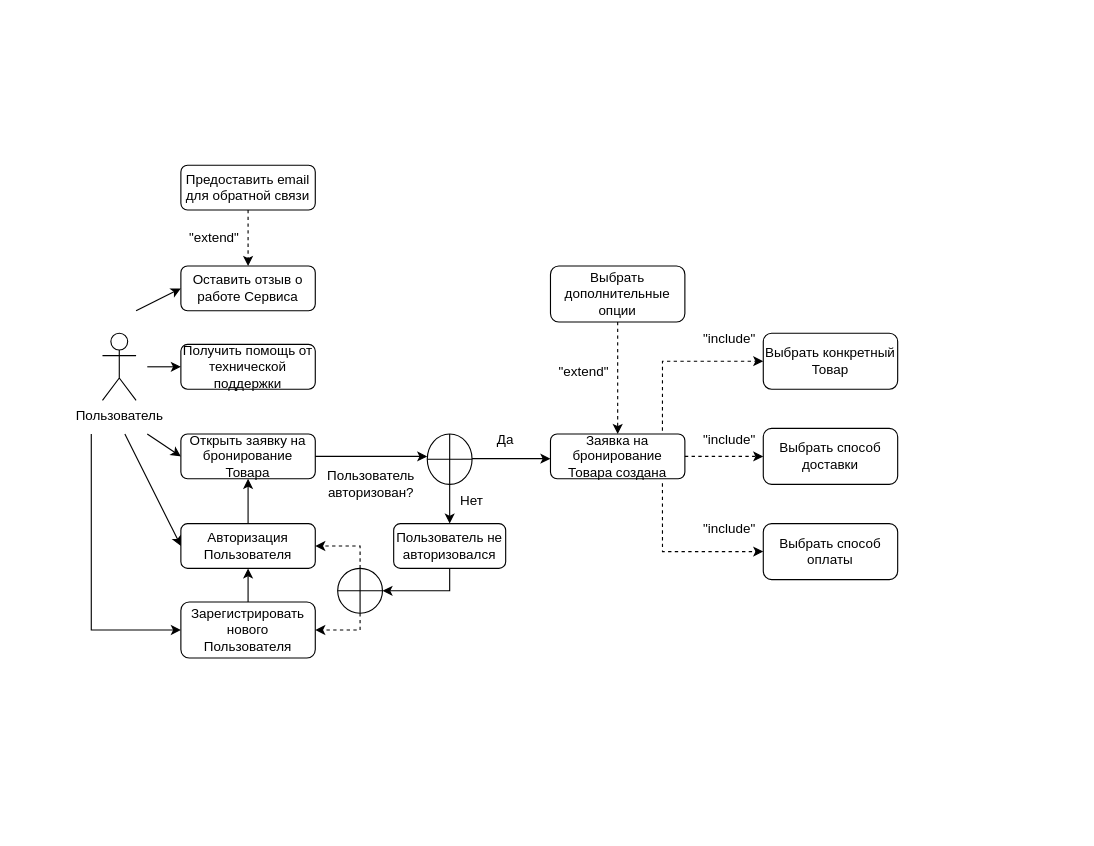
This is Диаграмма Крутиколеса.drawio from pytonuserouner/UML_study, a draw.io file, before an edit. Source tidied: cells renumbered, new cells numbered last; positions are measured from the earlier drawing's top-left corner, leaving out a move shared by most shapes. Both pictures are drawn from the tidied source at 112%, with x=0, y=0 at pixel (91, 165).
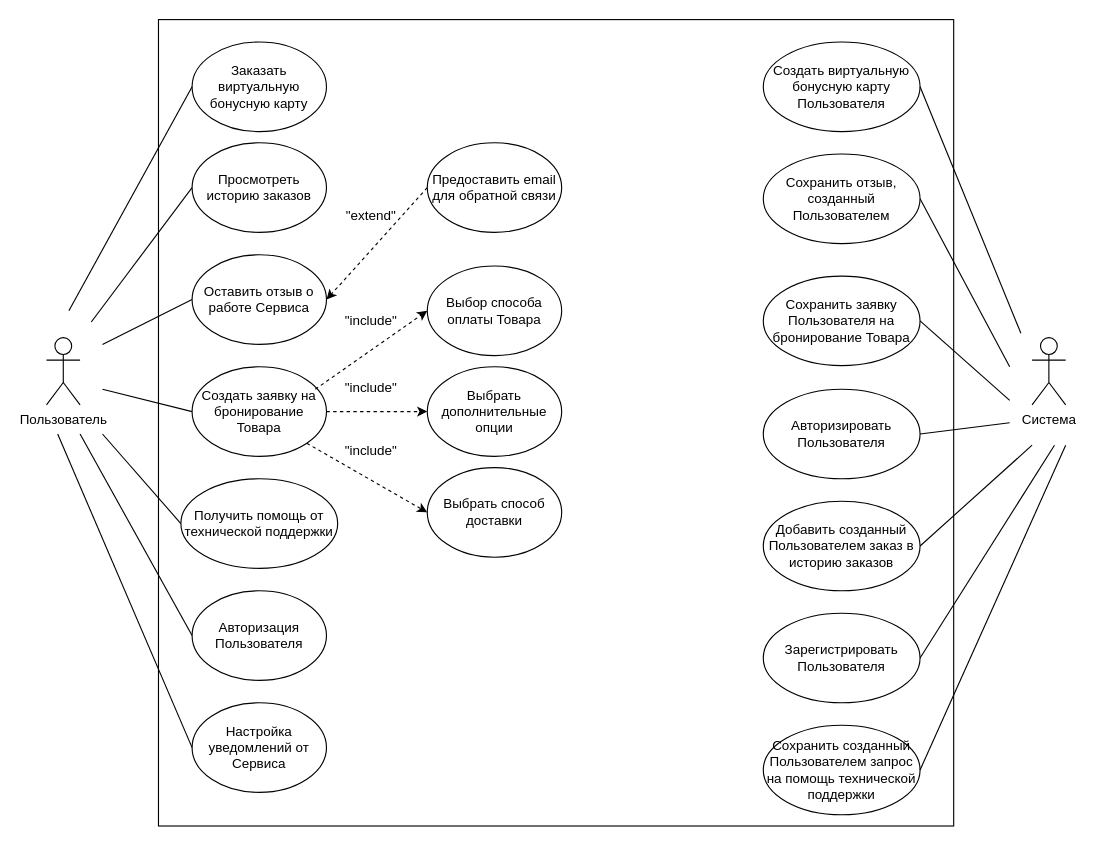
After the change.

What changed in the source:
```diff
@@
-    <mxCell id="2" value="Открыть заявку на бронирование Товара" style="rounded=1;whiteSpace=wrap;html=1;fontSize=12;glass=0;strokeWidth=1;shadow=0;" parent="1" vertex="1">
-      <mxGeometry x="80" y="240" width="120" height="40" as="geometry" />
-    </mxCell>
-    <mxCell id="3" value="Зарегистрировать нового Пользователя" style="rounded=1;whiteSpace=wrap;html=1;fontSize=12;glass=0;strokeWidth=1;shadow=0;" parent="1" vertex="1">
-      <mxGeometry x="80" y="390" width="120" height="50" as="geometry" />
-    </mxCell>
+    <mxCell id="43" style="rounded=0;whiteSpace=wrap;html=1;fillColor=none;" parent="1" vertex="1">
+      <mxGeometry x="60" y="-130" width="710" height="720" as="geometry" />
+    </mxCell>
     <mxCell id="4" value="Пользователь" style="shape=umlActor;verticalLabelPosition=bottom;verticalAlign=top;html=1;" parent="1" vertex="1">
-      <mxGeometry x="10" y="150" width="30" height="60" as="geometry" />
+      <mxGeometry x="-40" y="154" width="30" height="60" as="geometry" />
     </mxCell>
-    <mxCell id="5" style="endArrow=classic;html=1;rounded=0;" parent="1" edge="1">
-      <mxGeometry relative="1" as="geometry">
-        <mxPoint x="50" y="240" as="sourcePoint" />
-        <mxPoint x="80" y="260" as="targetPoint" />
-      </mxGeometry>
-    </mxCell>
-    <mxCell id="6" style="endArrow=classic;html=1;rounded=0;entryX=0;entryY=0.5;entryDx=0;entryDy=0;exitX=1;exitY=0.5;exitDx=0;exitDy=0;" parent="1" edge="1" source="2">
-      <mxGeometry relative="1" as="geometry">
-        <mxPoint x="300" y="260" as="targetPoint" />
-      </mxGeometry>
-    </mxCell>
-    <mxCell id="7" value="Получить помощь от технической поддержки" style="rounded=1;whiteSpace=wrap;html=1;" parent="1" vertex="1">
-      <mxGeometry x="80" y="160" width="120" height="40" as="geometry" />
-    </mxCell>
-    <mxCell id="8" value="Оставить отзыв о работе Сервиса" style="rounded=1;whiteSpace=wrap;html=1;" parent="1" vertex="1">
-      <mxGeometry x="80" y="90" width="120" height="40" as="geometry" />
-    </mxCell>
-    <mxCell id="9" value="Пользователь авторизован?" style="text;html=1;align=center;verticalAlign=middle;whiteSpace=wrap;rounded=0;" parent="1" vertex="1">
-      <mxGeometry x="220" y="270" width="60" height="30" as="geometry" />
-    </mxCell>
-    <mxCell id="10" value="Нет" style="text;html=1;align=center;verticalAlign=middle;whiteSpace=wrap;rounded=0;" parent="1" vertex="1">
-      <mxGeometry x="310" y="285" width="60" height="30" as="geometry" />
-    </mxCell>
-    <mxCell id="11" style="endArrow=classic;html=1;rounded=0;entryX=0;entryY=0.5;entryDx=0;entryDy=0;" parent="1" edge="1" target="7">
-      <mxGeometry relative="1" as="geometry">
-        <mxPoint x="50" y="180" as="sourcePoint" />
-      </mxGeometry>
-    </mxCell>
-    <mxCell id="12" style="endArrow=classic;html=1;rounded=0;exitX=0.5;exitY=0;exitDx=0;exitDy=0;entryX=0.5;entryY=1;entryDx=0;entryDy=0;" parent="1" edge="1" source="3" target="14">
-      <mxGeometry relative="1" as="geometry" />
-    </mxCell>
-    <mxCell id="13" value="Да" style="text;html=1;align=center;verticalAlign=middle;whiteSpace=wrap;rounded=0;" parent="1" vertex="1">
-      <mxGeometry x="340" y="230" width="60" height="30" as="geometry" />
-    </mxCell>
-    <mxCell id="14" value="Авторизация Пользователя" style="rounded=1;whiteSpace=wrap;html=1;" parent="1" vertex="1">
-      <mxGeometry x="80" y="320" width="120" height="40" as="geometry" />
-    </mxCell>
-    <mxCell id="15" style="endArrow=classic;html=1;rounded=0;" parent="1" edge="1">
-      <mxGeometry relative="1" as="geometry">
-        <mxPoint x="30" y="240" as="sourcePoint" />
-        <mxPoint x="80" y="340" as="targetPoint" />
-      </mxGeometry>
-    </mxCell>
-    <mxCell id="16" style="endArrow=classic;html=1;rounded=0;entryX=0.5;entryY=1;entryDx=0;entryDy=0;" parent="1" edge="1" target="2">
-      <mxGeometry relative="1" as="geometry">
-        <mxPoint x="140" y="320" as="sourcePoint" />
-      </mxGeometry>
-    </mxCell>
-    <mxCell id="17" value="Пользователь не авторизовался" style="rounded=1;whiteSpace=wrap;html=1;" parent="1" vertex="1">
-      <mxGeometry x="270" y="320" width="100" height="40" as="geometry" />
-    </mxCell>
-    <mxCell id="18" style="endArrow=classic;html=1;rounded=0;exitX=0.5;exitY=1;exitDx=0;exitDy=0;entryX=0.5;entryY=0;entryDx=0;entryDy=0;" parent="1" edge="1" source="21" target="17">
-      <mxGeometry relative="1" as="geometry" />
-    </mxCell>
-    <mxCell id="19" style="endArrow=classic;html=1;rounded=0;entryX=0;entryY=0.5;entryDx=0;entryDy=0;edgeStyle=orthogonalEdgeStyle;" parent="1" edge="1" target="3">
-      <mxGeometry relative="1" as="geometry">
-        <mxPoint y="240" as="sourcePoint" />
-        <Array as="points">
-          <mxPoint y="415" />
-        </Array>
-      </mxGeometry>
-    </mxCell>
-    <mxCell id="20" style="endArrow=classic;html=1;rounded=0;entryX=0;entryY=0.5;entryDx=0;entryDy=0;" parent="1" edge="1" target="8">
-      <mxGeometry relative="1" as="geometry">
-        <mxPoint x="40" y="130" as="sourcePoint" />
-      </mxGeometry>
-    </mxCell>
-    <mxCell id="21" style="shape=orEllipse;perimeter=ellipsePerimeter;whiteSpace=wrap;html=1;backgroundOutline=1;" parent="1" vertex="1">
-      <mxGeometry x="300" y="240" width="40" height="45" as="geometry" />
-    </mxCell>
-    <mxCell id="22" style="endArrow=classic;html=1;rounded=0;" parent="1" edge="1">
-      <mxGeometry relative="1" as="geometry">
-        <mxPoint x="340" y="262" as="sourcePoint" />
-        <mxPoint x="410" y="262" as="targetPoint" />
-      </mxGeometry>
-    </mxCell>
-    <mxCell id="23" style="endArrow=classic;html=1;rounded=0;entryX=0.5;entryY=0;entryDx=0;entryDy=0;dashed=1;" parent="1" edge="1" target="8">
-      <mxGeometry relative="1" as="geometry">
-        <mxPoint x="140" y="40" as="sourcePoint" />
-      </mxGeometry>
+    <mxCell id="23" style="endArrow=classic;html=1;rounded=0;entryX=1;entryY=0.5;entryDx=0;entryDy=0;dashed=1;exitX=0;exitY=0.5;exitDx=0;exitDy=0;" parent="1" edge="1" source="24" target="8">
+      <mxGeometry relative="1" as="geometry" />
     </mxCell>
-    <mxCell id="24" value="Предоставить email для обратной связи" style="rounded=1;whiteSpace=wrap;html=1;" parent="1" vertex="1">
-      <mxGeometry x="80" width="120" height="40" as="geometry" />
-    </mxCell>
     <mxCell id="25" value="&quot;extend&quot;" style="text;html=1;align=center;verticalAlign=middle;whiteSpace=wrap;rounded=0;" parent="1" vertex="1">
-      <mxGeometry x="80" y="50" width="60" height="30" as="geometry" />
+      <mxGeometry x="220" y="30" width="60" height="30" as="geometry" />
     </mxCell>
-    <mxCell id="26" style="shape=orEllipse;perimeter=ellipsePerimeter;whiteSpace=wrap;html=1;backgroundOutline=1;" parent="1" vertex="1">
-      <mxGeometry x="220" y="360" width="40" height="40" as="geometry" />
-    </mxCell>
-    <mxCell id="27" style="endArrow=classic;html=1;rounded=0;entryX=1;entryY=0.5;entryDx=0;entryDy=0;exitX=0.5;exitY=1;exitDx=0;exitDy=0;edgeStyle=orthogonalEdgeStyle;" parent="1" edge="1" source="17" target="26">
-      <mxGeometry relative="1" as="geometry" />
-    </mxCell>
-    <mxCell id="28" style="endArrow=classic;html=1;rounded=0;entryX=1;entryY=0.5;entryDx=0;entryDy=0;exitX=0.5;exitY=0;exitDx=0;exitDy=0;edgeStyle=orthogonalEdgeStyle;dashed=1;" parent="1" edge="1" source="26" target="14">
-      <mxGeometry relative="1" as="geometry" />
-    </mxCell>
-    <mxCell id="29" style="endArrow=classic;html=1;rounded=0;entryX=1;entryY=0.5;entryDx=0;entryDy=0;exitX=0.5;exitY=1;exitDx=0;exitDy=0;edgeStyle=orthogonalEdgeStyle;dashed=1;" parent="1" edge="1" source="26" target="3">
-      <mxGeometry relative="1" as="geometry" />
-    </mxCell>
-    <mxCell id="30" value="Заявка на бронирование Товара создана" style="rounded=1;whiteSpace=wrap;html=1;fontSize=12;glass=0;strokeWidth=1;shadow=0;" parent="1" vertex="1">
-      <mxGeometry x="410" y="240" width="120" height="40" as="geometry" />
-    </mxCell>
-    <mxCell id="31" value="Выбрать дополнительные опции" style="rounded=1;whiteSpace=wrap;html=1;fontSize=12;glass=0;strokeWidth=1;shadow=0;" parent="1" vertex="1">
-      <mxGeometry x="410" y="90" width="120" height="50" as="geometry" />
-    </mxCell>
-    <mxCell id="32" style="endArrow=classic;html=1;rounded=0;exitX=0.5;exitY=1;exitDx=0;exitDy=0;dashed=1;entryX=0.5;entryY=0;entryDx=0;entryDy=0;" parent="1" edge="1" source="31" target="30">
-      <mxGeometry relative="1" as="geometry" />
-    </mxCell>
-    <mxCell id="33" value="&quot;extend&quot;" style="text;html=1;align=center;verticalAlign=middle;whiteSpace=wrap;rounded=0;" parent="1" vertex="1">
-      <mxGeometry x="410" y="170" width="60" height="30" as="geometry" />
-    </mxCell>
-    <mxCell id="34" value="Выбрать конкретный Товар" style="rounded=1;whiteSpace=wrap;html=1;fontSize=12;glass=0;strokeWidth=1;shadow=0;" parent="1" vertex="1">
-      <mxGeometry x="600" y="150" width="120" height="50" as="geometry" />
-    </mxCell>
-    <mxCell id="35" value="Выбрать способ доставки" style="rounded=1;whiteSpace=wrap;html=1;fontSize=12;glass=0;strokeWidth=1;shadow=0;" parent="1" vertex="1">
-      <mxGeometry x="600" y="235" width="120" height="50" as="geometry" />
-    </mxCell>
-    <mxCell id="36" value="Выбрать способ оплаты" style="rounded=1;whiteSpace=wrap;html=1;fontSize=12;glass=0;strokeWidth=1;shadow=0;" parent="1" vertex="1">
-      <mxGeometry x="600" y="320" width="120" height="50" as="geometry" />
-    </mxCell>
-    <mxCell id="37" style="endArrow=classic;html=1;rounded=0;exitX=1;exitY=0.5;exitDx=0;exitDy=0;dashed=1;entryX=0;entryY=0.5;entryDx=0;entryDy=0;" parent="1" edge="1" source="30" target="35">
-      <mxGeometry relative="1" as="geometry" />
-    </mxCell>
     <mxCell id="38" value="&quot;include&quot;" style="text;html=1;align=center;verticalAlign=middle;whiteSpace=wrap;rounded=0;" parent="1" vertex="1">
-      <mxGeometry x="540" y="230" width="60" height="30" as="geometry" />
+      <mxGeometry x="220" y="124" width="60" height="30" as="geometry" />
     </mxCell>
     <mxCell id="39" value="&quot;include&quot;" style="text;html=1;align=center;verticalAlign=middle;whiteSpace=wrap;rounded=0;" parent="1" vertex="1">
-      <mxGeometry x="540" y="310" width="60" height="30" as="geometry" />
+      <mxGeometry x="220" y="240" width="60" height="30" as="geometry" />
     </mxCell>
     <mxCell id="40" value="&quot;include&quot;" style="text;html=1;align=center;verticalAlign=middle;whiteSpace=wrap;rounded=0;" parent="1" vertex="1">
-      <mxGeometry x="540" y="140" width="60" height="30" as="geometry" />
+      <mxGeometry x="220" y="184" width="60" height="30" as="geometry" />
     </mxCell>
-    <mxCell id="41" style="endArrow=classic;html=1;rounded=0;exitX=0.833;exitY=-0.075;exitDx=0;exitDy=0;exitPerimeter=0;entryX=0;entryY=0.5;entryDx=0;entryDy=0;edgeStyle=orthogonalEdgeStyle;dashed=1;" parent="1" edge="1" source="30" target="34">
-      <mxGeometry relative="1" as="geometry">
-        <Array as="points">
-          <mxPoint x="510" y="175" />
-        </Array>
-      </mxGeometry>
-    </mxCell>
-    <mxCell id="42" style="endArrow=classic;html=1;rounded=0;entryX=0;entryY=0.5;entryDx=0;entryDy=0;exitX=0.833;exitY=1.1;exitDx=0;exitDy=0;exitPerimeter=0;edgeStyle=orthogonalEdgeStyle;dashed=1;" parent="1" edge="1" source="30" target="36">
-      <mxGeometry relative="1" as="geometry">
-        <Array as="points">
-          <mxPoint x="510" y="345" />
-        </Array>
-      </mxGeometry>
-    </mxCell>
+    <mxCell id="8" value="Оставить отзыв о работе Сервиса" style="ellipse;whiteSpace=wrap;html=1;" parent="1" vertex="1">
+      <mxGeometry x="90" y="80" width="120" height="80" as="geometry" />
+    </mxCell>
+    <mxCell id="7" value="Получить помощь от технической поддержки" style="ellipse;whiteSpace=wrap;html=1;" parent="1" vertex="1">
+      <mxGeometry x="80" y="280" width="140" height="80" as="geometry" />
+    </mxCell>
+    <mxCell id="24" value="Предоставить email для обратной связи" style="ellipse;whiteSpace=wrap;html=1;" parent="1" vertex="1">
+      <mxGeometry x="300" y="-20" width="120" height="80" as="geometry" />
+    </mxCell>
+    <mxCell id="44" style="endArrow=none;html=1;rounded=0;entryX=0;entryY=0.5;entryDx=0;entryDy=0;" parent="1" edge="1" target="8">
+      <mxGeometry relative="1" as="geometry">
+        <mxPoint x="10" y="160" as="sourcePoint" />
+      </mxGeometry>
+    </mxCell>
+    <mxCell id="14" value="Авторизация Пользователя" style="ellipse;whiteSpace=wrap;html=1;" parent="1" vertex="1">
+      <mxGeometry x="90" y="380" width="120" height="80" as="geometry" />
+    </mxCell>
+    <mxCell id="45" value="Настройка уведомлений от Сервиса" style="ellipse;whiteSpace=wrap;html=1;" parent="1" vertex="1">
+      <mxGeometry x="90" y="480" width="120" height="80" as="geometry" />
+    </mxCell>
+    <mxCell id="46" style="endArrow=none;html=1;rounded=0;entryX=0;entryY=0.5;entryDx=0;entryDy=0;" parent="1" edge="1" target="7">
+      <mxGeometry relative="1" as="geometry">
+        <mxPoint x="10" y="240" as="sourcePoint" />
+      </mxGeometry>
+    </mxCell>
+    <mxCell id="47" style="endArrow=none;html=1;rounded=0;exitX=0;exitY=0.5;exitDx=0;exitDy=0;" parent="1" edge="1" source="14">
+      <mxGeometry relative="1" as="geometry">
+        <mxPoint x="-10" y="240" as="targetPoint" />
+      </mxGeometry>
+    </mxCell>
+    <mxCell id="48" style="endArrow=none;html=1;rounded=0;exitX=0;exitY=0.5;exitDx=0;exitDy=0;" parent="1" edge="1" source="45">
+      <mxGeometry relative="1" as="geometry">
+        <mxPoint x="-30" y="240" as="targetPoint" />
+      </mxGeometry>
+    </mxCell>
+    <mxCell id="49" value="Создать заявку на бронирование Товара" style="ellipse;whiteSpace=wrap;html=1;" parent="1" vertex="1">
+      <mxGeometry x="90" y="180" width="120" height="80" as="geometry" />
+    </mxCell>
+    <mxCell id="50" style="endArrow=none;html=1;rounded=0;exitX=0;exitY=0.5;exitDx=0;exitDy=0;" parent="1" edge="1" source="49">
+      <mxGeometry relative="1" as="geometry">
+        <mxPoint x="10" y="200" as="targetPoint" />
+      </mxGeometry>
+    </mxCell>
+    <mxCell id="51" value="Просмотреть историю заказов" style="ellipse;whiteSpace=wrap;html=1;" parent="1" vertex="1">
+      <mxGeometry x="90" y="-20" width="120" height="80" as="geometry" />
+    </mxCell>
+    <mxCell id="52" value="Заказать виртуальную бонусную карту" style="ellipse;whiteSpace=wrap;html=1;" parent="1" vertex="1">
+      <mxGeometry x="90" y="-110" width="120" height="80" as="geometry" />
+    </mxCell>
+    <mxCell id="53" style="endArrow=none;html=1;rounded=0;entryX=0;entryY=0.5;entryDx=0;entryDy=0;" parent="1" edge="1" target="51">
+      <mxGeometry relative="1" as="geometry">
+        <mxPoint y="140" as="sourcePoint" />
+      </mxGeometry>
+    </mxCell>
+    <mxCell id="54" style="endArrow=none;html=1;rounded=0;entryX=0;entryY=0.5;entryDx=0;entryDy=0;" parent="1" edge="1" target="52">
+      <mxGeometry relative="1" as="geometry">
+        <mxPoint x="-20" y="130" as="sourcePoint" />
+      </mxGeometry>
+    </mxCell>
+    <mxCell id="55" value="Выбор способа оплаты Товара" style="ellipse;whiteSpace=wrap;html=1;" parent="1" vertex="1">
+      <mxGeometry x="300" y="90" width="120" height="80" as="geometry" />
+    </mxCell>
+    <mxCell id="31" value="Выбрать дополнительные опции" style="ellipse;whiteSpace=wrap;html=1;" parent="1" vertex="1">
+      <mxGeometry x="300" y="180" width="120" height="80" as="geometry" />
+    </mxCell>
+    <mxCell id="35" value="Выбрать способ доставки" style="ellipse;whiteSpace=wrap;html=1;" parent="1" vertex="1">
+      <mxGeometry x="300" y="270" width="120" height="80" as="geometry" />
+    </mxCell>
+    <mxCell id="56" style="endArrow=classic;html=1;rounded=0;entryX=0;entryY=0.5;entryDx=0;entryDy=0;exitX=0.917;exitY=0.25;exitDx=0;exitDy=0;exitPerimeter=0;dashed=1;" parent="1" edge="1" source="49" target="55">
+      <mxGeometry relative="1" as="geometry" />
+    </mxCell>
+    <mxCell id="57" style="endArrow=classic;html=1;rounded=0;entryX=0;entryY=0.5;entryDx=0;entryDy=0;exitX=1;exitY=0.5;exitDx=0;exitDy=0;dashed=1;" parent="1" edge="1" source="49" target="31">
+      <mxGeometry relative="1" as="geometry" />
+    </mxCell>
+    <mxCell id="58" style="endArrow=classic;html=1;rounded=0;entryX=0;entryY=0.5;entryDx=0;entryDy=0;exitX=1;exitY=1;exitDx=0;exitDy=0;dashed=1;" parent="1" edge="1" source="49" target="35">
+      <mxGeometry relative="1" as="geometry" />
+    </mxCell>
+    <mxCell id="59" value="Система" style="shape=umlActor;verticalLabelPosition=bottom;verticalAlign=top;html=1;" parent="1" vertex="1">
+      <mxGeometry x="840" y="154" width="30" height="60" as="geometry" />
+    </mxCell>
+    <mxCell id="60" value="Создать виртуальную бонусную карту Пользователя" style="ellipse;whiteSpace=wrap;html=1;" parent="1" vertex="1">
+      <mxGeometry x="600" y="-110" width="140" height="80" as="geometry" />
+    </mxCell>
+    <mxCell id="61" value="Авторизировать Пользователя" style="ellipse;whiteSpace=wrap;html=1;" parent="1" vertex="1">
+      <mxGeometry x="600" y="200" width="140" height="80" as="geometry" />
+    </mxCell>
+    <mxCell id="62" value="Сохранить отзыв, созданный Пользователем" style="ellipse;whiteSpace=wrap;html=1;" parent="1" vertex="1">
+      <mxGeometry x="600" y="-10" width="140" height="80" as="geometry" />
+    </mxCell>
+    <mxCell id="63" value="Сохранить заявку Пользователя на бронирование Товара" style="ellipse;whiteSpace=wrap;html=1;" parent="1" vertex="1">
+      <mxGeometry x="600" y="99" width="140" height="80" as="geometry" />
+    </mxCell>
+    <mxCell id="64" value="Добавить созданный Пользователем заказ в историю заказов" style="ellipse;whiteSpace=wrap;html=1;" parent="1" vertex="1">
+      <mxGeometry x="600" y="300" width="140" height="80" as="geometry" />
+    </mxCell>
+    <mxCell id="65" value="Зарегистрировать Пользователя" style="ellipse;whiteSpace=wrap;html=1;" parent="1" vertex="1">
+      <mxGeometry x="600" y="400" width="140" height="80" as="geometry" />
+    </mxCell>
+    <mxCell id="66" value="Сохранить созданный Пользователем запрос на помощь технической поддержки" style="ellipse;whiteSpace=wrap;html=1;" parent="1" vertex="1">
+      <mxGeometry x="600" y="500" width="140" height="80" as="geometry" />
+    </mxCell>
+    <mxCell id="67" style="endArrow=none;html=1;rounded=0;exitX=1;exitY=0.5;exitDx=0;exitDy=0;" parent="1" edge="1" source="66">
+      <mxGeometry relative="1" as="geometry">
+        <mxPoint x="870" y="250" as="targetPoint" />
+      </mxGeometry>
+    </mxCell>
+    <mxCell id="68" style="endArrow=none;html=1;rounded=0;exitX=1;exitY=0.5;exitDx=0;exitDy=0;" parent="1" edge="1" source="65">
+      <mxGeometry relative="1" as="geometry">
+        <mxPoint x="860" y="250" as="targetPoint" />
+      </mxGeometry>
+    </mxCell>
+    <mxCell id="69" style="endArrow=none;html=1;rounded=0;exitX=1;exitY=0.5;exitDx=0;exitDy=0;" parent="1" edge="1" source="64">
+      <mxGeometry relative="1" as="geometry">
+        <mxPoint x="840" y="250" as="targetPoint" />
+      </mxGeometry>
+    </mxCell>
+    <mxCell id="70" style="endArrow=none;html=1;rounded=0;exitX=1;exitY=0.5;exitDx=0;exitDy=0;" parent="1" edge="1" source="61">
+      <mxGeometry relative="1" as="geometry">
+        <mxPoint x="820" y="230" as="targetPoint" />
+      </mxGeometry>
+    </mxCell>
+    <mxCell id="71" style="endArrow=none;html=1;rounded=0;exitX=1;exitY=0.5;exitDx=0;exitDy=0;" parent="1" edge="1" source="63">
+      <mxGeometry relative="1" as="geometry">
+        <mxPoint x="820" y="210" as="targetPoint" />
+      </mxGeometry>
+    </mxCell>
+    <mxCell id="72" style="endArrow=none;html=1;rounded=0;exitX=1;exitY=0.5;exitDx=0;exitDy=0;" parent="1" edge="1" source="62">
+      <mxGeometry relative="1" as="geometry">
+        <mxPoint x="820" y="180" as="targetPoint" />
+      </mxGeometry>
+    </mxCell>
+    <mxCell id="73" style="endArrow=none;html=1;rounded=0;exitX=1;exitY=0.5;exitDx=0;exitDy=0;" parent="1" edge="1" source="60">
+      <mxGeometry relative="1" as="geometry">
+        <mxPoint x="830" y="150" as="targetPoint" />
+      </mxGeometry>
+    </mxCell>
```
